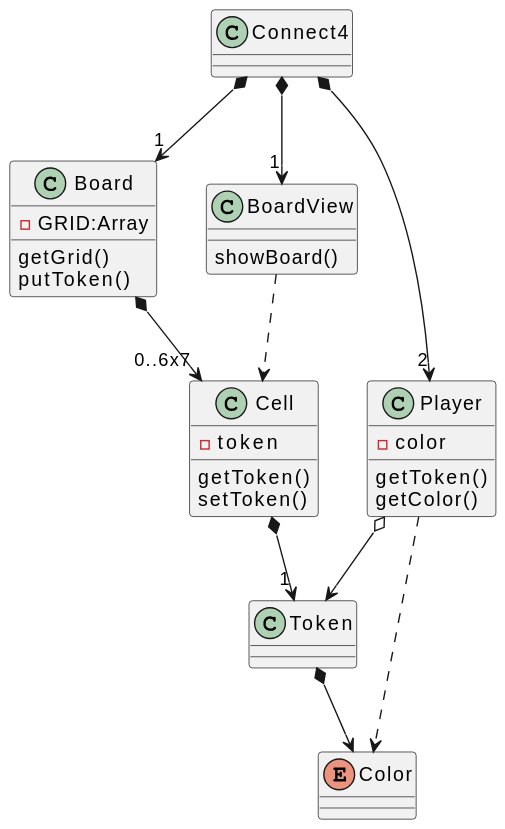
Before: connect4/connext4_uml.svg, a diagram exported from PlantUML (olaft/mpds-javascript).
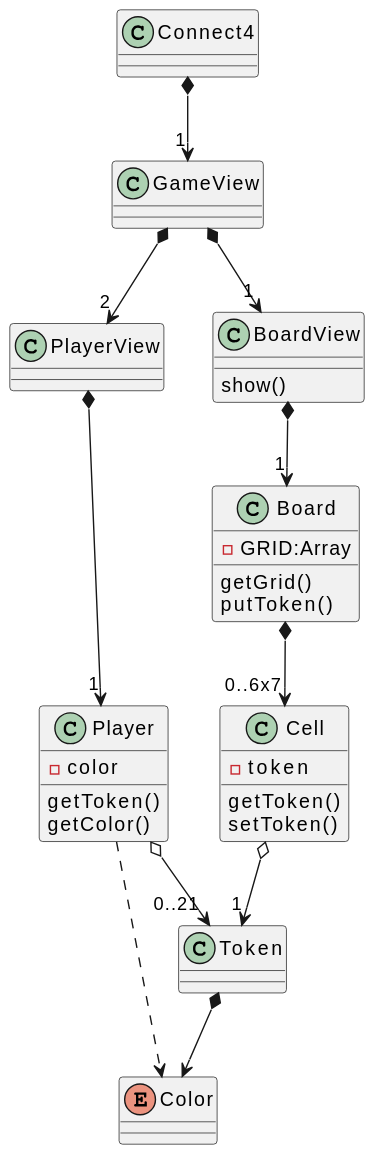
Above is the later version.

Diff of the diagram source:
```diff
@@ -5,9 +5,12 @@
     getGrid()
     putToken()
 }
-
+class GameView {
+}
+class PlayerView {
+}
 class BoardView {
-    showBoard()
+    show()
 }
 class Player {
     -color
@@ -22,14 +25,16 @@
 class Token
 enum Color{
 }
-Connect4 *--> "1" Board
-Connect4 *--> "1" BoardView
-Connect4 *--> "2" Player
-BoardView ..> Cell
-Player o--> Token
+
+Connect4 *--> "1" GameView
+GameView *--> "2" PlayerView
+GameView *--> "1" BoardView
+PlayerView *--> "1" Player
+BoardView *--> "1" Board
 Token *--> Color
+Player o--> "0..21" Token
 Player ..> Color
 
 Board *--> "0..6x7" Cell
-Cell *--> "1" Token
+Cell o--> "1" Token
 @enduml
```
